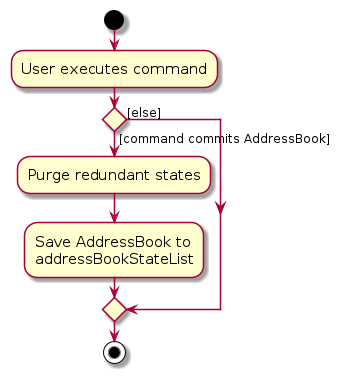
The PlantUML diagram diagrams/CommitActivityDiagram.png in AY2627S1-CS2103T-W11-4/tp, before a commit. Its source is kept beside it as diagrams/CommitActivityDiagram.puml.
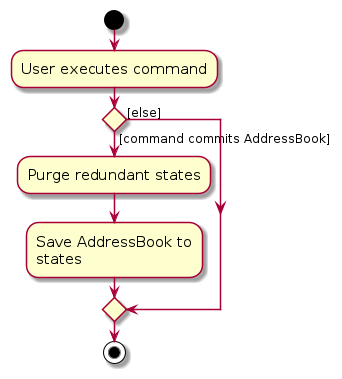
Later version of the same file.

What changed in the source:
```diff
@@ -9,7 +9,7 @@
 if () then ([command commits AddressBook])
     :Purge redundant states;
     :Save AddressBook to
-    addressBookStateList;
+    states;
 else ([else])
 endif
 stop
```
